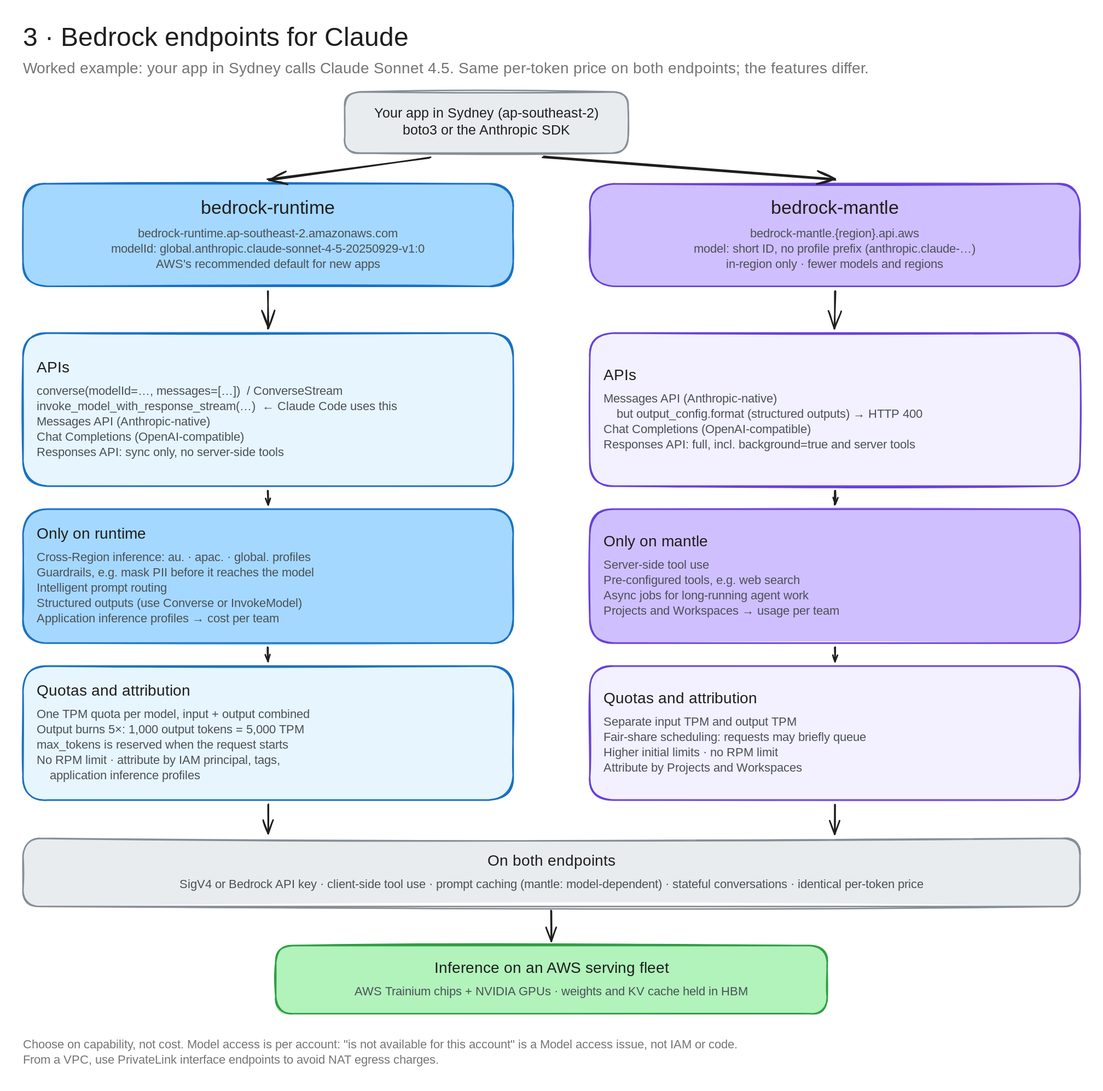
This is architecture-diagrams/claude-on-bedrock-excalidraw/diagrams/3-endpoints.excalidraw.svg from bsnehanshu/slides, a Excalidraw export, as it was before one commit. Source tidied: one line per element, renumbered; positions are measured from the earlier drawing's top-left corner, leaving out a move shared by most shapes.
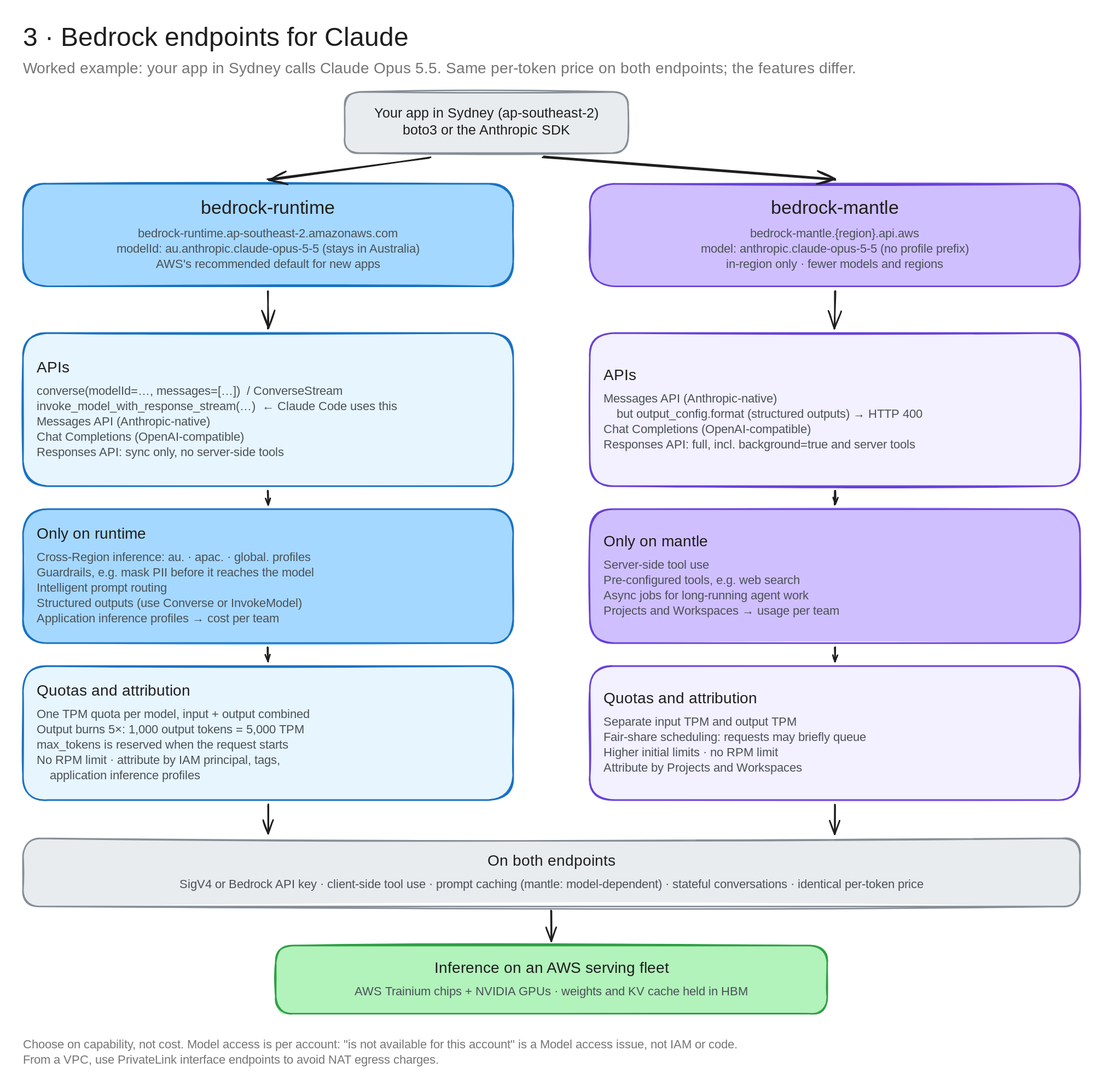
After the commit.

Change to the diagram source:
```diff
@@ -1,13 +1,13 @@
 {"id": 0, "type": "text", "text": "3 · Bedrock endpoints for Claude", "strokeColor": "#1e1e1e", "strokeWidth": 2, "roughness": 1, "fontSize": 34, "fontFamily": 5, "x": 0, "y": 0, "width": 549, "height": 42}
-{"id": 1, "type": "text", "text": "Worked example: your app in Sydney calls Claude Sonnet 4.5. Same per-token price on both endpoints; the features differ.", "strokeColor": "#757575", "strokeWidth": 2, "roughness": 1, "fontSize": 20, "fontFamily": 5, "x": 0, "y": 48, "width": 1185, "height": 25}
+{"id": 1, "type": "text", "text": "Worked example: your app in Sydney calls Claude Opus 5.5. Same per-token price on both endpoints; the features differ.", "strokeColor": "#757575", "strokeWidth": 2, "roughness": 1, "fontSize": 20, "fontFamily": 5, "x": 0, "y": 48, "width": 1166, "height": 25}
 {"id": 2, "type": "rectangle", "strokeColor": "#868e96", "backgroundColor": "#e9ecef", "fillStyle": "solid", "strokeWidth": 2, "roughness": 1, "round": true, "x": 420, "y": 90, "width": 370, "height": 80}
 {"id": 3, "type": "text", "text": "Your app in Sydney (ap-southeast-2)\nboto3 or the Anthropic SDK", "strokeColor": "#1e1e1e", "strokeWidth": 2, "roughness": 1, "fontSize": 18, "fontFamily": 5, "textAlign": "center", "verticalAlign": "middle", "inside": 2, "x": 442, "y": 108, "width": 325, "height": 45}
 {"id": 4, "type": "rectangle", "strokeColor": "#1971c2", "backgroundColor": "#a5d8ff", "fillStyle": "solid", "strokeWidth": 2, "roughness": 1, "round": true, "x": 0, "y": 210, "width": 640, "height": 134}
 {"id": 5, "type": "text", "text": "bedrock-runtime", "strokeColor": "#1e1e1e", "strokeWidth": 2, "roughness": 1, "fontSize": 24, "fontFamily": 5, "textAlign": "center", "x": 227, "y": 228, "width": 186, "height": 30}
-{"id": 6, "type": "text", "text": "bedrock-runtime.ap-southeast-2.amazonaws.com\nmodelId: global.anthropic.claude-sonnet-4-5-20250929-v1:0\nAWS's recommended default for new apps", "strokeColor": "#495057", "strokeWidth": 2, "roughness": 1, "fontSize": 16, "fontFamily": 5, "textAlign": "center", "x": 87, "y": 266, "width": 466, "height": 60}
+{"id": 6, "type": "text", "text": "bedrock-runtime.ap-southeast-2.amazonaws.com\nmodelId: au.anthropic.claude-opus-5-5 (stays in Australia)\nAWS's recommended default for new apps", "strokeColor": "#495057", "strokeWidth": 2, "roughness": 1, "fontSize": 16, "fontFamily": 5, "textAlign": "center", "x": 93, "y": 266, "width": 454, "height": 60}
 {"id": 7, "type": "rectangle", "strokeColor": "#6741d9", "backgroundColor": "#d0bfff", "fillStyle": "solid", "strokeWidth": 2, "roughness": 1, "round": true, "x": 740, "y": 210, "width": 640, "height": 134}
 {"id": 8, "type": "text", "text": "bedrock-mantle", "strokeColor": "#1e1e1e", "strokeWidth": 2, "roughness": 1, "fontSize": 24, "fontFamily": 5, "textAlign": "center", "x": 972, "y": 228, "width": 176, "height": 30}
-{"id": 9, "type": "text", "text": "bedrock-mantle.{region}.api.aws\nmodel: short ID, no profile prefix (anthropic.claude-…)\nin-region only · fewer models and regions", "strokeColor": "#495057", "strokeWidth": 2, "roughness": 1, "fontSize": 16, "fontFamily": 5, "textAlign": "center", "x": 848, "y": 266, "width": 423, "height": 60}
+{"id": 9, "type": "text", "text": "bedrock-mantle.{region}.api.aws\nmodel: anthropic.claude-opus-5-5 (no profile prefix)\nin-region only · fewer models and regions", "strokeColor": "#495057", "strokeWidth": 2, "roughness": 1, "fontSize": 16, "fontFamily": 5, "textAlign": "center", "x": 860, "y": 266, "width": 399, "height": 60}
 {"id": 10, "type": "arrow", "strokeColor": "#1e1e1e", "strokeWidth": 2, "roughness": 1, "endArrowhead": "arrow", "round": true, "from": 2, "to": 4, "x": 531, "y": 176, "width": 211, "height": 28, "points": [[0, 0], [-211, 28]]}
 {"id": 11, "type": "arrow", "strokeColor": "#1e1e1e", "strokeWidth": 2, "roughness": 1, "endArrowhead": "arrow", "round": true, "from": 2, "to": 7, "x": 679, "y": 176, "width": 381, "height": 28, "points": [[0, 0], [381, 28]]}
 {"id": 12, "type": "rectangle", "strokeColor": "#1971c2", "backgroundColor": "#e7f5ff", "fillStyle": "solid", "strokeWidth": 2, "roughness": 1, "round": true, "x": 0, "y": 405, "width": 640, "height": 200}
```
